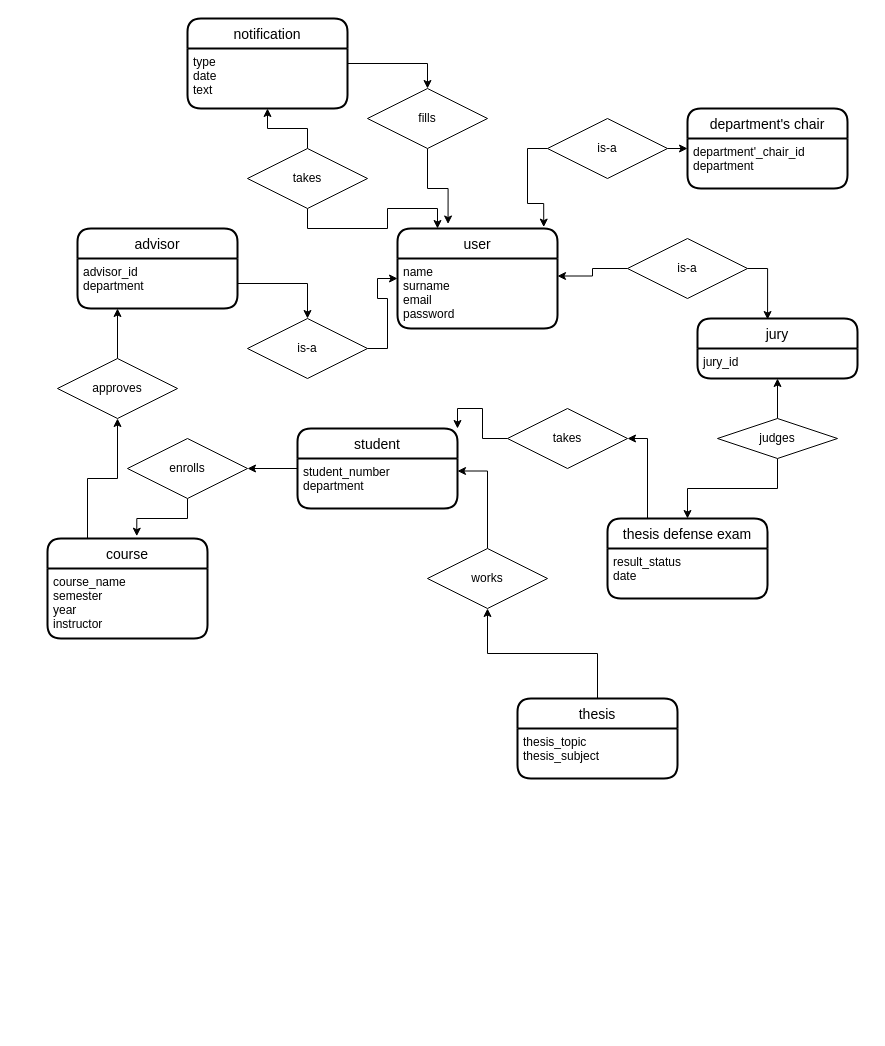
Mach3psilon/PharmachDatabase keeps this draw.io diagram as master.drawio. Above is the earlier version. Source tidied: cells renumbered, new cells numbered last; positions are measured from the earlier drawing's top-left corner, leaving out a move shared by most shapes. Both pictures are drawn from the tidied source at 100%, with x=0, y=0 at pixel (47, 18).
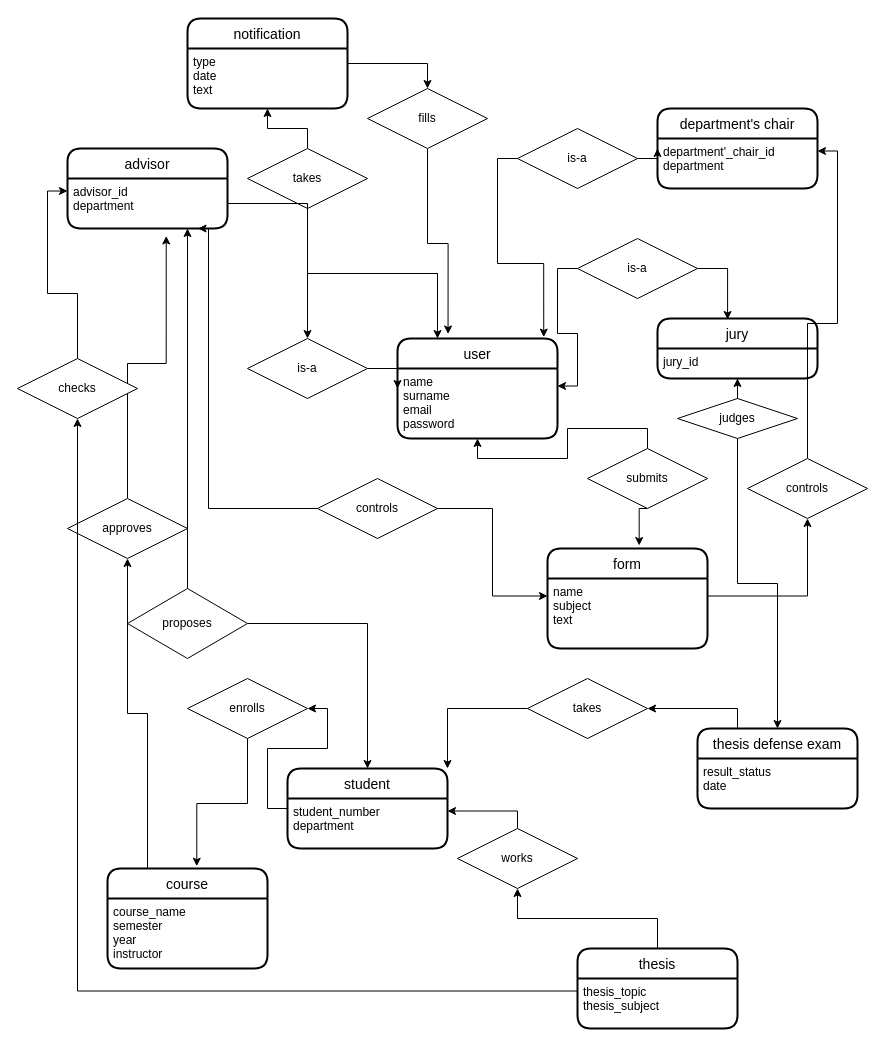
After the change.

The change refers to these unchanged cells:
```xml
<mxCell id="3" value="name&#10;surname&#10;email&#10;password" style="align=left;strokeColor=none;fillColor=none;spacingLeft=4;fontSize=12;verticalAlign=top;" parent="2" vertex="1">
  <mxGeometry y="30" width="160" height="70" as="geometry" />
</mxCell>
<mxCell id="7" value="advisor_id&#10;department" style="align=left;strokeColor=none;fillColor=none;spacingLeft=4;fontSize=12;verticalAlign=top;" parent="6" vertex="1">
  <mxGeometry y="30" width="160" height="50" as="geometry" />
</mxCell>
<mxCell id="8" style="swimlane;horizontal=1;startSize=30;rounded=1;fontSize=14;fontStyle=0;strokeWidth=2;shadow=0;dashed=0;align=center;" parent="6" vertex="1">
  <mxGeometry y="80" width="160" as="geometry" />
</mxCell>
<mxCell id="11" value="student_number&#10;department" style="align=left;strokeColor=none;fillColor=none;spacingLeft=4;fontSize=12;verticalAlign=top;" parent="10" vertex="1">
  <mxGeometry y="30" width="160" height="50" as="geometry" />
</mxCell>
<mxCell id="15" value="department'_chair_id&#10;department" style="align=left;strokeColor=none;fillColor=none;spacingLeft=4;fontSize=12;verticalAlign=top;" parent="14" vertex="1">
  <mxGeometry y="30" width="160" height="50" as="geometry" />
</mxCell>
<mxCell id="20" value="thesis_topic&#10;thesis_subject" style="align=left;strokeColor=none;fillColor=none;spacingLeft=4;fontSize=12;verticalAlign=top;" parent="19" vertex="1">
  <mxGeometry y="30" width="160" height="50" as="geometry" />
</mxCell>
```

Change to the diagram source:
```diff
@@
     <mxCell id="2" value="user" style="swimlane;horizontal=1;startSize=30;rounded=1;fontSize=14;fontStyle=0;strokeWidth=2;shadow=0;dashed=0;align=center;" parent="1" vertex="1">
-      <mxGeometry x="350" y="210" width="160" height="100" as="geometry" />
+      <mxGeometry x="350" y="320" width="160" height="100" as="geometry" />
     </mxCell>
@@
     <mxCell id="6" value="advisor" style="swimlane;horizontal=1;startSize=30;rounded=1;fontSize=14;fontStyle=0;strokeWidth=2;shadow=0;dashed=0;align=center;" parent="1" vertex="1">
-      <mxGeometry x="30" y="210" width="160" height="80" as="geometry" />
+      <mxGeometry x="20" y="130" width="160" height="80" as="geometry" />
     </mxCell>
@@
     <mxCell id="10" value="student" style="swimlane;horizontal=1;startSize=30;rounded=1;fontSize=14;fontStyle=0;strokeWidth=2;shadow=0;dashed=0;align=center;" parent="1" vertex="1">
-      <mxGeometry x="250" y="410" width="160" height="80" as="geometry" />
+      <mxGeometry x="240" y="750" width="160" height="80" as="geometry" />
     </mxCell>
@@
     <mxCell id="14" value="department's chair" style="swimlane;horizontal=1;startSize=30;rounded=1;fontSize=14;fontStyle=0;strokeWidth=2;shadow=0;dashed=0;align=center;" parent="1" vertex="1">
-      <mxGeometry x="640" y="90" width="160" height="80" as="geometry" />
+      <mxGeometry x="610" y="90" width="160" height="80" as="geometry" />
     </mxCell>
@@
     <mxCell id="16" value="jury" style="swimlane;horizontal=1;startSize=30;rounded=1;fontSize=14;fontStyle=0;strokeWidth=2;shadow=0;dashed=0;align=center;" parent="1" vertex="1">
-      <mxGeometry x="650" y="300" width="160" height="60" as="geometry" />
+      <mxGeometry x="610" y="300" width="160" height="60" as="geometry" />
     </mxCell>
@@
     <mxCell id="19" value="thesis" style="swimlane;horizontal=1;startSize=30;rounded=1;fontSize=14;fontStyle=0;strokeWidth=2;shadow=0;dashed=0;align=center;" parent="1" vertex="1">
-      <mxGeometry x="470" y="680" width="160" height="80" as="geometry" />
+      <mxGeometry x="530" y="930" width="160" height="80" as="geometry" />
     </mxCell>
@@
     <mxCell id="22" value="thesis defense exam" style="swimlane;horizontal=1;startSize=30;rounded=1;fontSize=14;fontStyle=0;strokeWidth=2;shadow=0;dashed=0;align=center;" parent="1" vertex="1">
-      <mxGeometry x="560" y="500" width="160" height="80" as="geometry" />
+      <mxGeometry x="650" y="710" width="160" height="80" as="geometry" />
     </mxCell>
@@
     <mxCell id="25" value="course" style="swimlane;horizontal=1;startSize=30;rounded=1;fontSize=14;fontStyle=0;strokeWidth=2;shadow=0;dashed=0;align=center;" parent="1" vertex="1">
-      <mxGeometry y="520" width="160" height="100" as="geometry" />
+      <mxGeometry x="60" y="850" width="160" height="100" as="geometry" />
     </mxCell>
@@
     <mxCell id="35" value="is-a" style="shape=rhombus;perimeter=rhombusPerimeter;whiteSpace=wrap;html=1;align=center;" parent="1" vertex="1">
-      <mxGeometry x="500" y="100" width="120" height="60" as="geometry" />
+      <mxGeometry x="470" y="110" width="120" height="60" as="geometry" />
     </mxCell>
@@
     <mxCell id="38" value="is-a" style="shape=rhombus;perimeter=rhombusPerimeter;whiteSpace=wrap;html=1;align=center;" parent="1" vertex="1">
-      <mxGeometry x="580" y="220" width="120" height="60" as="geometry" />
+      <mxGeometry x="530" y="220" width="120" height="60" as="geometry" />
     </mxCell>
@@
     <mxCell id="41" value="judges" style="shape=rhombus;perimeter=rhombusPerimeter;whiteSpace=wrap;html=1;align=center;" parent="1" vertex="1">
-      <mxGeometry x="670" y="400" width="120" height="40" as="geometry" />
+      <mxGeometry x="630" y="380" width="120" height="40" as="geometry" />
     </mxCell>
@@
     <mxCell id="43" value="takes" style="shape=rhombus;perimeter=rhombusPerimeter;whiteSpace=wrap;html=1;align=center;" parent="1" vertex="1">
-      <mxGeometry x="460" y="390" width="120" height="60" as="geometry" />
+      <mxGeometry x="480" y="660" width="120" height="60" as="geometry" />
     </mxCell>
     <mxCell id="44" style="edgeStyle=orthogonalEdgeStyle;rounded=0;jettySize=auto;html=1;exitX=0.5;exitY=0;exitDx=0;exitDy=0;entryX=1;entryY=0.25;entryDx=0;entryDy=0;" parent="1" edge="1" source="45" target="11">
-      <mxGeometry relative="1" as="geometry" />
+      <mxGeometry relative="1" as="geometry">
+        <Array as="points">
+          <mxPoint x="470" y="793" />
+        </Array>
+      </mxGeometry>
     </mxCell>
     <mxCell id="45" value="works" style="shape=rhombus;perimeter=rhombusPerimeter;whiteSpace=wrap;html=1;align=center;" parent="1" vertex="1">
-      <mxGeometry x="380" y="530" width="120" height="60" as="geometry" />
+      <mxGeometry x="410" y="810" width="120" height="60" as="geometry" />
     </mxCell>
@@
     <mxCell id="47" value="enrolls" style="shape=rhombus;perimeter=rhombusPerimeter;whiteSpace=wrap;html=1;align=center;" parent="1" vertex="1">
-      <mxGeometry x="80" y="420" width="120" height="60" as="geometry" />
+      <mxGeometry x="140" y="660" width="120" height="60" as="geometry" />
     </mxCell>
-    <mxCell id="48" style="edgeStyle=orthogonalEdgeStyle;rounded=0;jettySize=auto;html=1;entryX=0.25;entryY=1;entryDx=0;entryDy=0;" parent="1" edge="1" source="49" target="7">
+    <mxCell id="48" style="edgeStyle=orthogonalEdgeStyle;rounded=0;jettySize=auto;html=1;entryX=0.617;entryY=1.15;entryDx=0;entryDy=0;entryPerimeter=0;" parent="1" edge="1" source="49" target="7">
       <mxGeometry relative="1" as="geometry" />
     </mxCell>
     <mxCell id="49" value="approves" style="shape=rhombus;perimeter=rhombusPerimeter;whiteSpace=wrap;html=1;align=center;" parent="1" vertex="1">
-      <mxGeometry x="10" y="340" width="120" height="60" as="geometry" />
+      <mxGeometry x="20" y="480" width="120" height="60" as="geometry" />
     </mxCell>
@@
     <mxCell id="51" value="is-a" style="shape=rhombus;perimeter=rhombusPerimeter;whiteSpace=wrap;html=1;align=center;" parent="1" vertex="1">
-      <mxGeometry x="200" y="300" width="120" height="60" as="geometry" />
+      <mxGeometry x="200" y="320" width="120" height="60" as="geometry" />
     </mxCell>
@@
+    <mxCell id="53" style="edgeStyle=orthogonalEdgeStyle;rounded=0;jettySize=auto;html=1;entryX=0.75;entryY=1;entryDx=0;entryDy=0;" parent="1" edge="1" source="55" target="7">
+      <mxGeometry relative="1" as="geometry" />
+    </mxCell>
+    <mxCell id="54" style="edgeStyle=orthogonalEdgeStyle;rounded=0;jettySize=auto;html=1;exitX=1;exitY=0.5;exitDx=0;exitDy=0;entryX=0.5;entryY=0;entryDx=0;entryDy=0;" parent="1" edge="1" source="55" target="10">
+      <mxGeometry relative="1" as="geometry" />
+    </mxCell>
+    <mxCell id="55" value="proposes" style="shape=rhombus;perimeter=rhombusPerimeter;whiteSpace=wrap;html=1;align=center;" parent="1" vertex="1">
+      <mxGeometry x="80" y="570" width="120" height="70" as="geometry" />
+    </mxCell>
+    <mxCell id="56" value="form" style="swimlane;horizontal=1;startSize=30;rounded=1;fontSize=14;fontStyle=0;strokeWidth=2;shadow=0;dashed=0;align=center;" parent="1" vertex="1">
+      <mxGeometry x="500" y="530" width="160" height="100" as="geometry" />
+    </mxCell>
+    <mxCell id="57" value="name&#10;subject&#10;text" style="align=left;strokeColor=none;fillColor=none;spacingLeft=4;fontSize=12;verticalAlign=top;" parent="56" vertex="1">
+      <mxGeometry y="30" width="160" height="70" as="geometry" />
+    </mxCell>
+    <mxCell id="58" style="edgeStyle=orthogonalEdgeStyle;rounded=0;jettySize=auto;html=1;exitX=0.5;exitY=0;exitDx=0;exitDy=0;entryX=0.5;entryY=1;entryDx=0;entryDy=0;" parent="1" edge="1" source="60" target="3">
+      <mxGeometry relative="1" as="geometry" />
+    </mxCell>
+    <mxCell id="59" style="edgeStyle=orthogonalEdgeStyle;rounded=0;jettySize=auto;html=1;exitX=0.5;exitY=1;exitDx=0;exitDy=0;entryX=0.573;entryY=-0.03;entryDx=0;entryDy=0;entryPerimeter=0;" parent="1" edge="1" source="60" target="56">
+      <mxGeometry relative="1" as="geometry" />
+    </mxCell>
+    <mxCell id="60" value="submits" style="shape=rhombus;perimeter=rhombusPerimeter;whiteSpace=wrap;html=1;align=center;" parent="1" vertex="1">
+      <mxGeometry x="540" y="430" width="120" height="60" as="geometry" />
+    </mxCell>
+    <mxCell id="61" style="edgeStyle=orthogonalEdgeStyle;rounded=0;jettySize=auto;html=1;entryX=0;entryY=0.25;entryDx=0;entryDy=0;" parent="1" edge="1" source="63" target="57">
+      <mxGeometry relative="1" as="geometry" />
+    </mxCell>
+    <mxCell id="62" style="edgeStyle=orthogonalEdgeStyle;rounded=0;jettySize=auto;html=1;entryX=0.816;entryY=0;entryDx=0;entryDy=0;entryPerimeter=0;" parent="1" edge="1" source="63" target="8">
+      <mxGeometry relative="1" as="geometry">
+        <Array as="points">
+          <mxPoint x="161" y="490" />
+        </Array>
+      </mxGeometry>
+    </mxCell>
+    <mxCell id="63" value="controls" style="shape=rhombus;perimeter=rhombusPerimeter;whiteSpace=wrap;html=1;align=center;" parent="1" vertex="1">
+      <mxGeometry x="270" y="460" width="120" height="60" as="geometry" />
+    </mxCell>
+    <mxCell id="64" style="edgeStyle=orthogonalEdgeStyle;rounded=0;jettySize=auto;html=1;exitX=0.5;exitY=0;exitDx=0;exitDy=0;entryX=0;entryY=0.25;entryDx=0;entryDy=0;" parent="1" edge="1" source="65" target="7">
+      <mxGeometry relative="1" as="geometry" />
+    </mxCell>
+    <mxCell id="65" value="checks" style="shape=rhombus;perimeter=rhombusPerimeter;whiteSpace=wrap;html=1;align=center;" parent="1" vertex="1">
+      <mxGeometry x="-30" y="340" width="120" height="60" as="geometry" />
+    </mxCell>
+    <mxCell id="66" style="edgeStyle=orthogonalEdgeStyle;rounded=0;jettySize=auto;html=1;exitX=0;exitY=0.25;exitDx=0;exitDy=0;entryX=0.5;entryY=1;entryDx=0;entryDy=0;" parent="1" edge="1" source="20" target="65">
+      <mxGeometry relative="1" as="geometry" />
+    </mxCell>
+    <mxCell id="67" style="edgeStyle=orthogonalEdgeStyle;rounded=0;jettySize=auto;html=1;exitX=0.5;exitY=0;exitDx=0;exitDy=0;entryX=1;entryY=0.25;entryDx=0;entryDy=0;" parent="1" edge="1" source="68" target="15">
+      <mxGeometry relative="1" as="geometry" />
+    </mxCell>
+    <mxCell id="68" value="controls" style="shape=rhombus;perimeter=rhombusPerimeter;whiteSpace=wrap;html=1;align=center;" parent="1" vertex="1">
+      <mxGeometry x="700" y="440" width="120" height="60" as="geometry" />
+    </mxCell>
+    <mxCell id="69" style="edgeStyle=orthogonalEdgeStyle;rounded=0;jettySize=auto;html=1;exitX=1;exitY=0.25;exitDx=0;exitDy=0;entryX=0.5;entryY=1;entryDx=0;entryDy=0;" parent="1" edge="1" source="57" target="68">
+      <mxGeometry relative="1" as="geometry" />
+    </mxCell>
```
